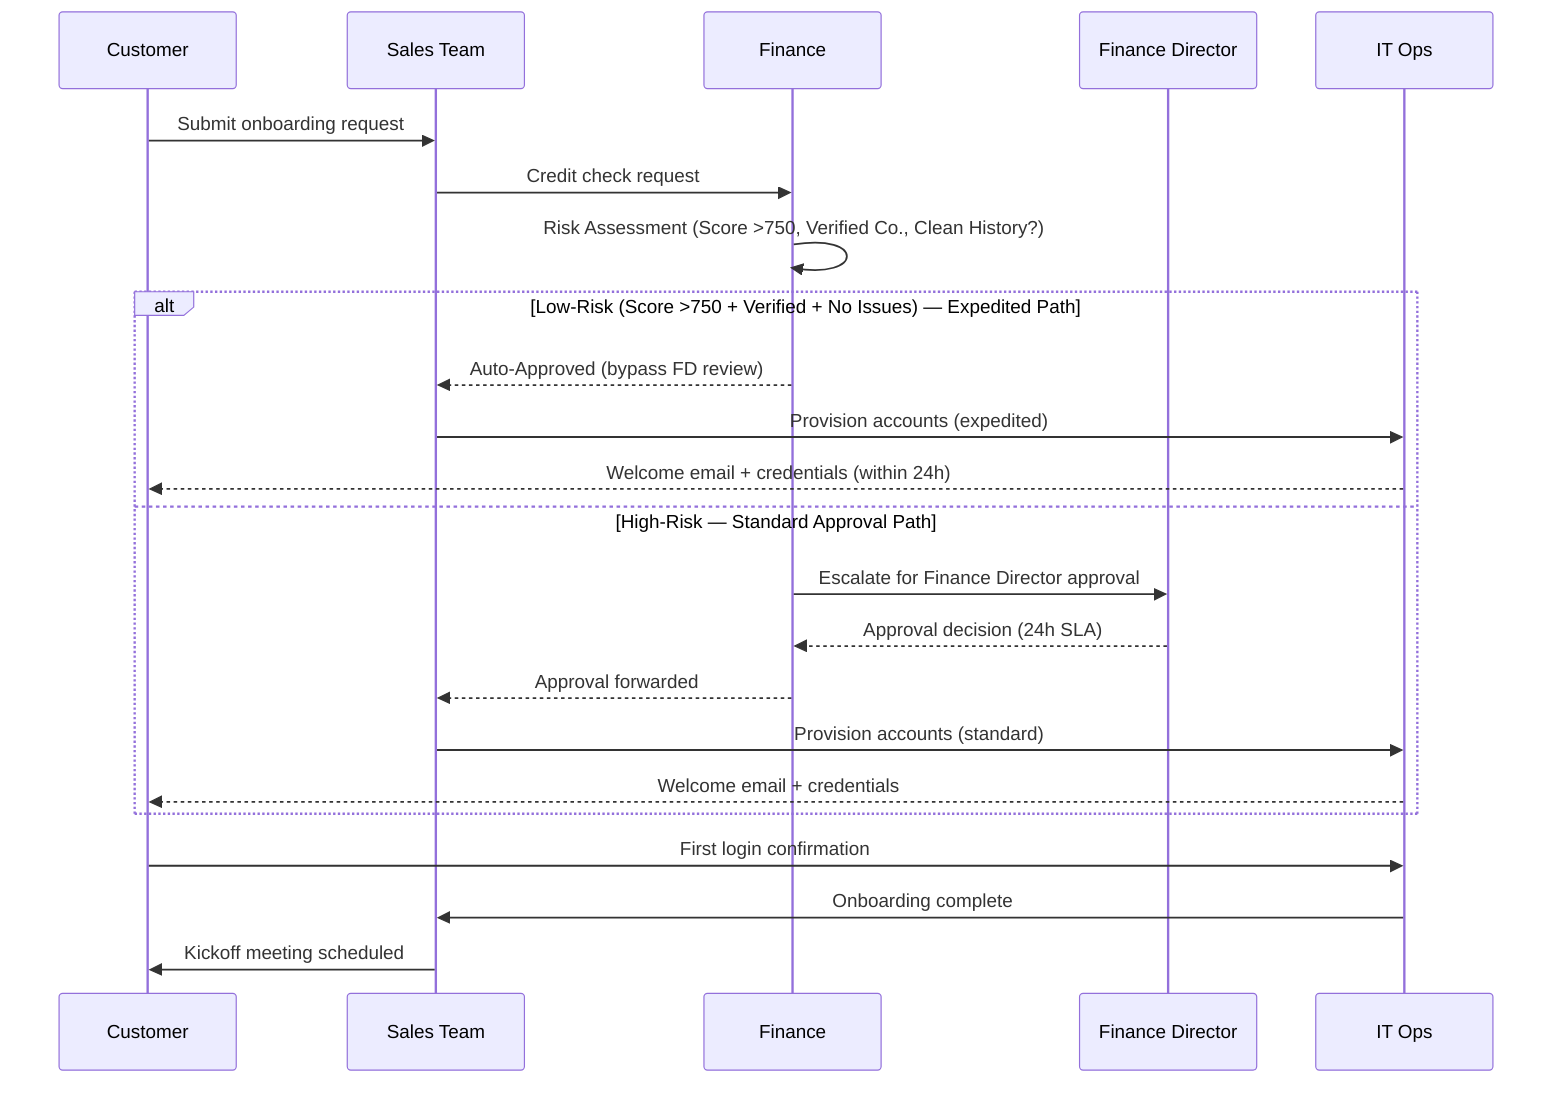
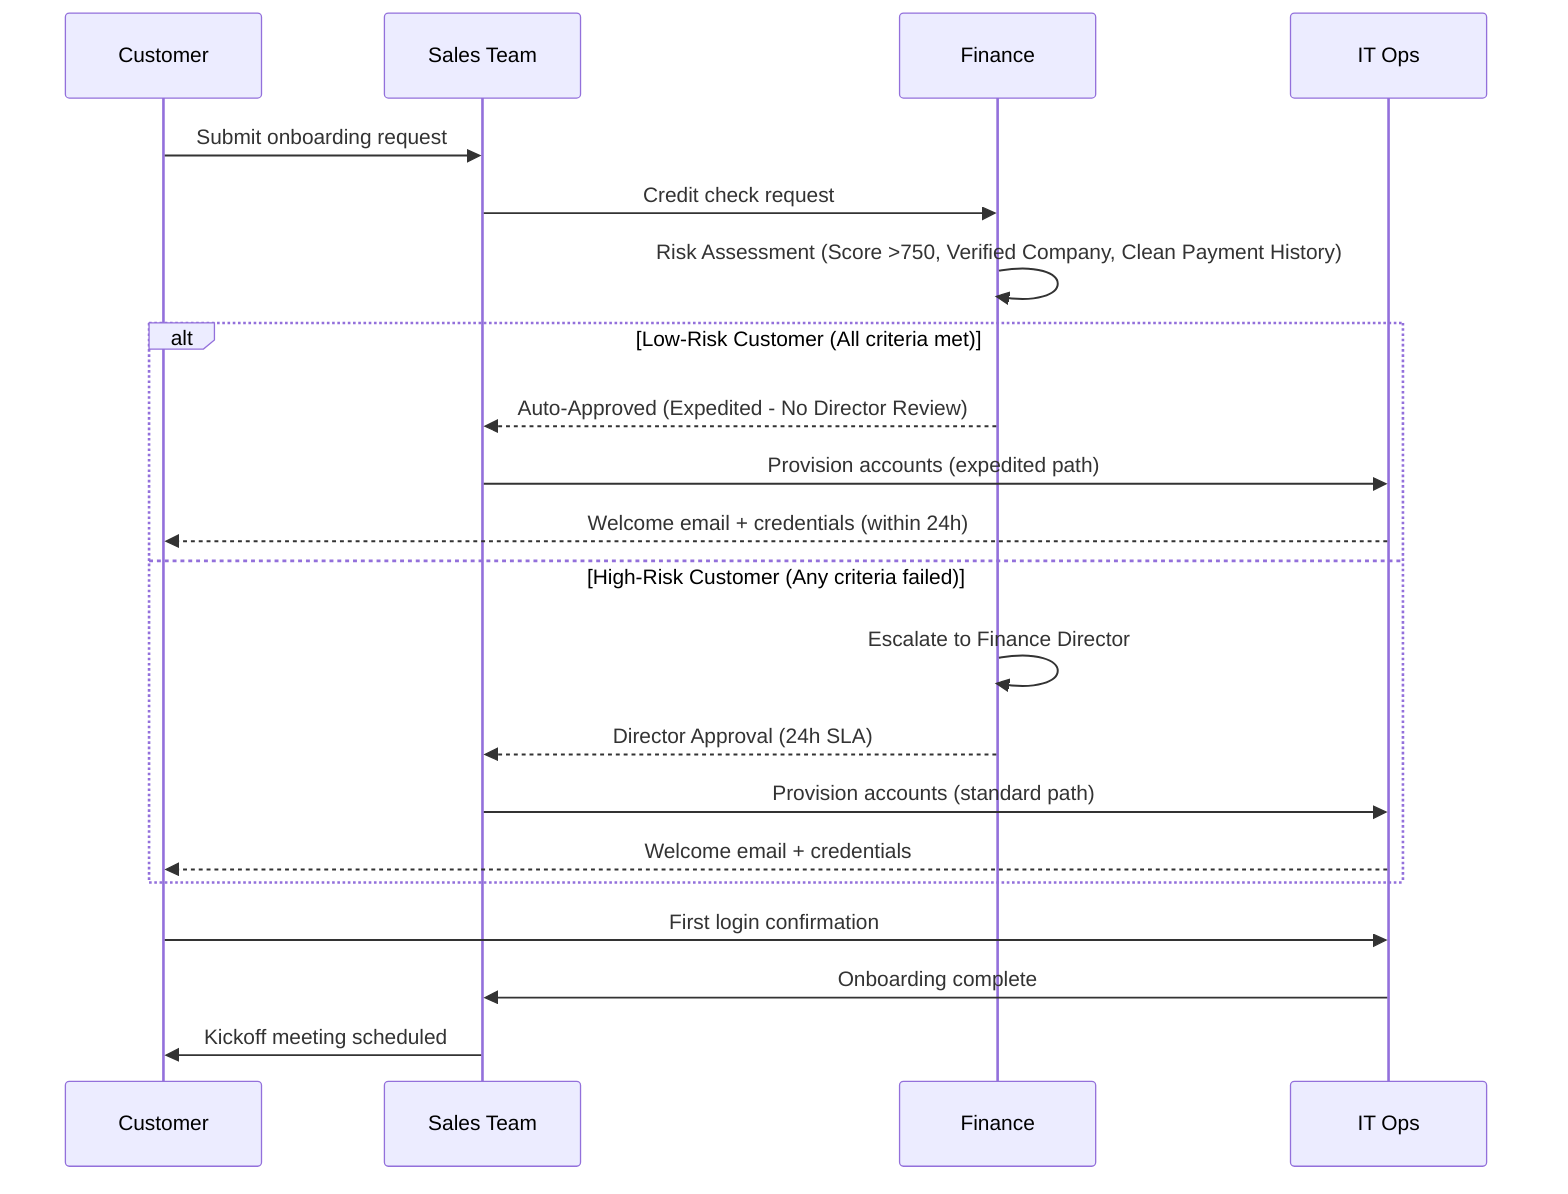
sequenceDiagram
    participant C as Customer
    participant S as Sales Team
    participant F as Finance
-     participant FD as Finance Director
    participant IT as IT Ops

    C->>S: Submit onboarding request
    S->>F: Credit check request

    %% ⚡ CHANGED SECTION - Risk assessment and expedited path
-     F->>F: Risk Assessment (Score >750, Verified Co., Clean History?)
+     F->>F: Risk Assessment (Score >750, Verified Company, Clean Payment History)

-     alt Low-Risk (Score >750 + Verified + No Issues) — Expedited Path
-         F-->>S: Auto-Approved (bypass FD review)
-         S->>IT: Provision accounts (expedited)
+     alt Low-Risk Customer (All criteria met)
+         F-->>S: Auto-Approved (Expedited - No Director Review)
+         S->>IT: Provision accounts (expedited path)
        IT-->>C: Welcome email + credentials (within 24h)
-     else High-Risk — Standard Approval Path
-         F->>FD: Escalate for Finance Director approval
-         FD-->>F: Approval decision (24h SLA)
-         F-->>S: Approval forwarded
-         S->>IT: Provision accounts (standard)
+     else High-Risk Customer (Any criteria failed)
+         F->>F: Escalate to Finance Director
+         F-->>S: Director Approval (24h SLA)
+         S->>IT: Provision accounts (standard path)
        IT-->>C: Welcome email + credentials
    end
    %% ⚡ END CHANGED SECTION

    C->>IT: First login confirmation
    IT->>S: Onboarding complete
    S->>C: Kickoff meeting scheduled

%% EXPLANATION:
- %% Added a Finance Director (FD) participant and a risk assessment step after the credit check. An alt/else block now splits the flow: low-risk customers (credit score >750, verified company status, clean payment history) are auto-approved and proceed directly to expedited account provisioning, while high-risk customers are escalated to the Finance Director for manual approval before provisioning continues through the standard path.+ %% Replaced the single Finance approval step with a risk assessment decision point that evaluates three criteria (credit score >750, verified company status, clean payment history). Added an alt/else block: low-risk customers matching all criteria bypass Finance Director review and proceed directly to expedited account provisioning, while high-risk customers follow the existing escalation path through Finance Director approval with the 24h SLA.